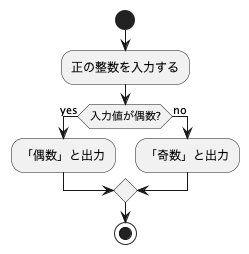
The PlantUML diagram ex04.png in DCS-1-301-02/graph, before a commit. The source it was exported from:
```plantuml
@startuml ex04
start
:正の整数を入力する;
if (入力値が偶数?) then (yes)
    :「偶数」と出力;
else (no)
    :「奇数」と出力;
endif
stop
@enduml
```
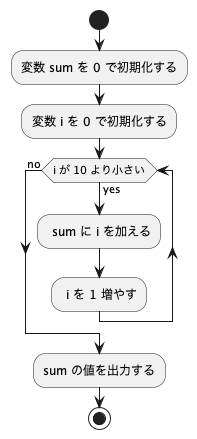
After the commit.

What changed in the source:
```diff
@@ -1,10 +1,11 @@
 @startuml ex04
 start
-:正の整数を入力する;
-if (入力値が偶数?) then (yes)
-    :「偶数」と出力;
-else (no)
-    :「奇数」と出力;
-endif
+:変数 sum を 0 で初期化する;
+:変数 i を 0 で初期化する;
+while (i が 10 より小さい) is (yes)
+    : sum に i を加える;
+    : i を 1 増やす;
+endwhile (no)
+:sum の値を出力する;
 stop
 @enduml
```
